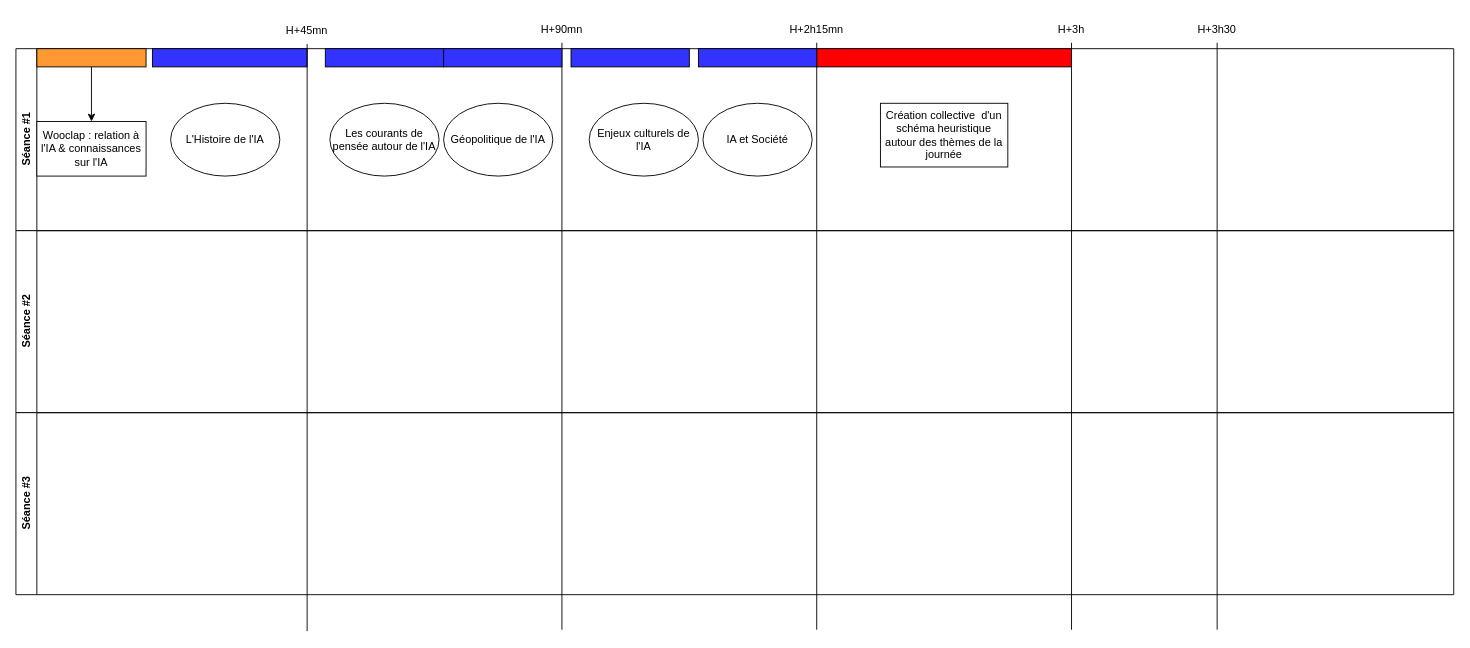
Fabrice-64/Drawings keeps this draw.io diagram as page "Economie des séances" (3 of 3) of Cours IA et RH.drawio. Above is the earlier version. Source tidied: cells renumbered, new cells numbered last; positions are measured from the earlier drawing's top-left corner, leaving out a move shared by most shapes. Both pictures are drawn from the tidied source at 91%, with x=0, y=0 at pixel (15, 15).
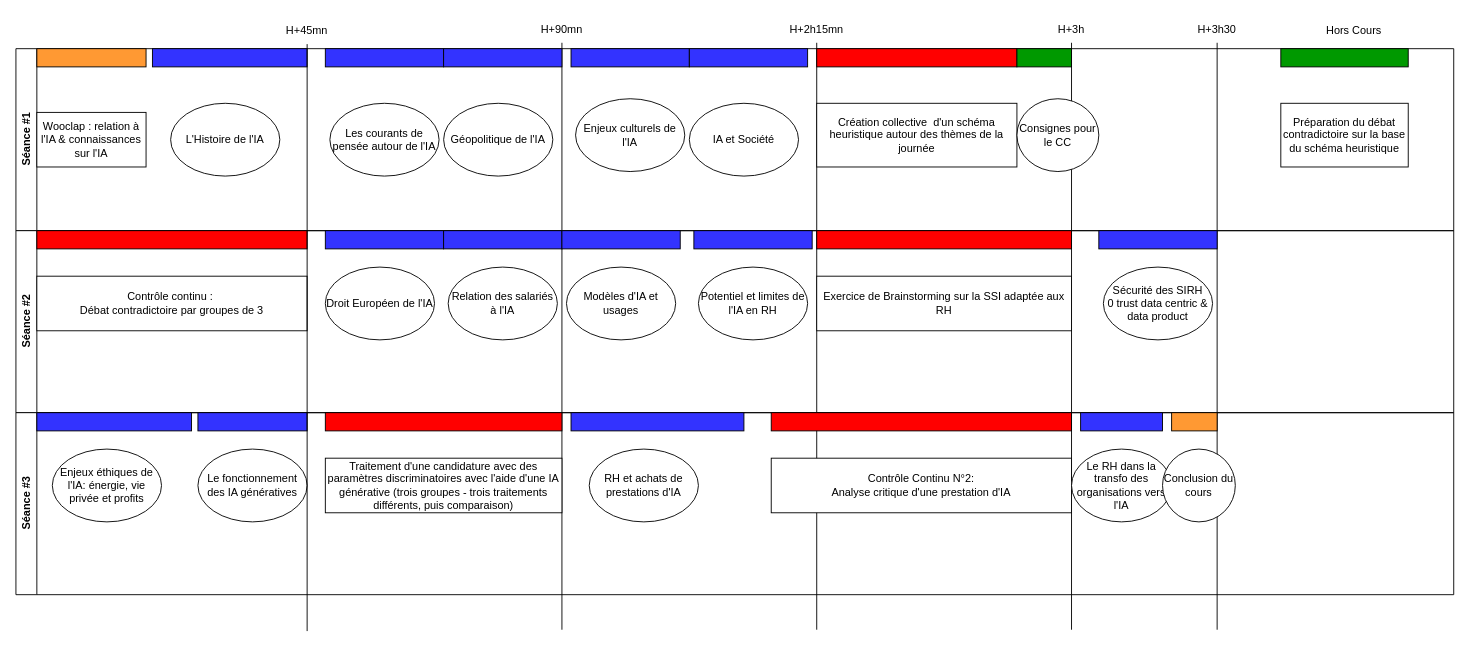
The same diagram, later.

The change refers to these unchanged cells:
```xml
<mxCell id="2" value="Séance #1" style="swimlane;horizontal=0;whiteSpace=wrap;html=1;" parent="1" vertex="1">
  <mxGeometry y="36" width="1580" height="200" as="geometry" />
</mxCell>
<mxCell id="12" style="rounded=0;whiteSpace=wrap;html=1;fillColor=#FF9933;" parent="2" vertex="1">
  <mxGeometry x="23" width="120" height="20" as="geometry" />
</mxCell>
<mxCell id="26" value="Séance #2" style="swimlane;horizontal=0;whiteSpace=wrap;html=1;" parent="1" vertex="1">
  <mxGeometry y="236" width="1580" height="200" as="geometry" />
</mxCell>
<mxCell id="27" value="Séance #3" style="swimlane;horizontal=0;whiteSpace=wrap;html=1;" parent="1" vertex="1">
  <mxGeometry y="436" width="1580" height="200" as="geometry" />
</mxCell>
<mxCell id="29" value="H+45mn" style="text;html=1;align=center;verticalAlign=middle;whiteSpace=wrap;rounded=0;" parent="1" vertex="1">
  <mxGeometry x="290" y="1" width="60" height="30" as="geometry" />
</mxCell>
```

The edit, as a diff of the source:
```diff
@@
-    <mxCell id="11" style="edgeStyle=orthogonalEdgeStyle;rounded=0;jettySize=auto;html=1;" parent="2" edge="1" source="12" target="15">
-      <mxGeometry relative="1" as="geometry" />
-    </mxCell>
@@
     <mxCell id="14" style="rounded=0;whiteSpace=wrap;html=1;fillColor=#FF0000;" parent="2" vertex="1">
-      <mxGeometry x="880" width="280" height="20" as="geometry" />
+      <mxGeometry x="880" width="220" height="20" as="geometry" />
     </mxCell>
     <mxCell id="15" value="Wooclap : relation à l'IA &amp;amp; connaissances sur l'IA" style="whiteSpace=wrap;html=1;fillColor=#FFFFFF;rounded=0;" parent="2" vertex="1">
-      <mxGeometry x="23" y="80" width="120" height="60" as="geometry" />
+      <mxGeometry x="23" y="70" width="120" height="60" as="geometry" />
     </mxCell>
@@
     <mxCell id="21" value="Enjeux culturels de l'IA" style="ellipse;whiteSpace=wrap;html=1;" parent="2" vertex="1">
-      <mxGeometry x="630" y="60" width="120" height="80" as="geometry" />
+      <mxGeometry x="615" y="55" width="120" height="80" as="geometry" />
     </mxCell>
@@
     <mxCell id="23" style="rounded=0;whiteSpace=wrap;html=1;fillColor=#3333FF;" parent="2" vertex="1">
-      <mxGeometry x="750" width="130" height="20" as="geometry" />
+      <mxGeometry x="740" width="130" height="20" as="geometry" />
     </mxCell>
     <mxCell id="24" value="IA et Société" style="ellipse;whiteSpace=wrap;html=1;" parent="2" vertex="1">
-      <mxGeometry x="755" y="60" width="120" height="80" as="geometry" />
+      <mxGeometry x="740" y="60" width="120" height="80" as="geometry" />
     </mxCell>
     <mxCell id="25" value="Création collective&amp;nbsp; d'un schéma heuristique autour des thèmes de la journée" style="rounded=0;whiteSpace=wrap;html=1;" parent="2" vertex="1">
-      <mxGeometry x="950" y="60" width="140" height="70" as="geometry" />
+      <mxGeometry x="880" y="60" width="220" height="70" as="geometry" />
     </mxCell>
+    <mxCell id="30" value="Préparation du débat contradictoire sur la base du schéma heuristique" style="rounded=0;whiteSpace=wrap;html=1;" parent="2" vertex="1">
+      <mxGeometry x="1390" y="60" width="140" height="70" as="geometry" />
+    </mxCell>
+    <mxCell id="31" style="rounded=0;whiteSpace=wrap;html=1;fillColor=#009900;" parent="2" vertex="1">
+      <mxGeometry x="1390" width="140" height="20" as="geometry" />
+    </mxCell>
+    <mxCell id="32" style="rounded=0;whiteSpace=wrap;html=1;fillColor=#009900;" parent="2" vertex="1">
+      <mxGeometry x="1100" width="60" height="20" as="geometry" />
+    </mxCell>
+    <mxCell id="33" value="Consignes pour le CC" style="ellipse;whiteSpace=wrap;html=1;" parent="2" vertex="1">
+      <mxGeometry x="1100" y="55" width="90" height="80" as="geometry" />
+    </mxCell>
@@
+    <mxCell id="34" style="rounded=0;whiteSpace=wrap;html=1;fillColor=#FF0000;" parent="26" vertex="1">
+      <mxGeometry x="23" width="297" height="20" as="geometry" />
+    </mxCell>
+    <mxCell id="35" value="Contrôle continu :&amp;nbsp;&lt;br&gt;Débat contradictoire par groupes de 3" style="whiteSpace=wrap;html=1;fillColor=#FFFFFF;rounded=0;" parent="26" vertex="1">
+      <mxGeometry x="23" y="50" width="297" height="60" as="geometry" />
+    </mxCell>
+    <mxCell id="36" value="Exercice de Brainstorming sur la SSI adaptée aux RH" style="whiteSpace=wrap;html=1;" parent="26" vertex="1">
+      <mxGeometry x="880" y="50" width="280" height="60" as="geometry" />
+    </mxCell>
+    <mxCell id="37" style="rounded=0;whiteSpace=wrap;html=1;fillColor=#FF0000;" parent="26" vertex="1">
+      <mxGeometry x="880" width="280" height="20" as="geometry" />
+    </mxCell>
+    <mxCell id="38" style="rounded=0;whiteSpace=wrap;html=1;fillColor=#3333FF;" parent="26" vertex="1">
+      <mxGeometry x="1190" width="130" height="20" as="geometry" />
+    </mxCell>
+    <mxCell id="39" value="Sécurité des SIRH&lt;br&gt;0 trust data centric &amp;amp; data product" style="ellipse;whiteSpace=wrap;html=1;" parent="26" vertex="1">
+      <mxGeometry x="1195" y="40" width="120" height="80" as="geometry" />
+    </mxCell>
+    <mxCell id="40" value="Droit Européen de l'IA" style="ellipse;whiteSpace=wrap;html=1;" parent="26" vertex="1">
+      <mxGeometry x="340" y="40" width="120" height="80" as="geometry" />
+    </mxCell>
+    <mxCell id="41" style="rounded=0;whiteSpace=wrap;html=1;fillColor=#3333FF;" parent="26" vertex="1">
+      <mxGeometry x="340" width="130" height="20" as="geometry" />
+    </mxCell>
+    <mxCell id="42" value="Modèles d'IA et usages" style="ellipse;whiteSpace=wrap;html=1;" parent="26" vertex="1">
+      <mxGeometry x="605" y="40" width="120" height="80" as="geometry" />
+    </mxCell>
+    <mxCell id="43" style="rounded=0;whiteSpace=wrap;html=1;fillColor=#3333FF;" parent="26" vertex="1">
+      <mxGeometry x="470" width="130" height="20" as="geometry" />
+    </mxCell>
+    <mxCell id="44" style="rounded=0;whiteSpace=wrap;html=1;fillColor=#3333FF;" parent="26" vertex="1">
+      <mxGeometry x="600" width="130" height="20" as="geometry" />
+    </mxCell>
+    <mxCell id="45" value="Potentiel et limites de l'IA en RH" style="ellipse;whiteSpace=wrap;html=1;" parent="26" vertex="1">
+      <mxGeometry x="750" y="40" width="120" height="80" as="geometry" />
+    </mxCell>
+    <mxCell id="46" style="rounded=0;whiteSpace=wrap;html=1;fillColor=#3333FF;" parent="26" vertex="1">
+      <mxGeometry x="745" width="130" height="20" as="geometry" />
+    </mxCell>
+    <mxCell id="47" value="Relation des salariés à l'IA" style="ellipse;whiteSpace=wrap;html=1;" parent="26" vertex="1">
+      <mxGeometry x="475" y="40" width="120" height="80" as="geometry" />
+    </mxCell>
@@
-    <mxCell id="28" style="endArrow=none;html=1;rounded=0;" parent="1" edge="1" target="29">
-      <mxGeometry relative="1" as="geometry">
-        <mxPoint x="320" y="676" as="sourcePoint" />
-      </mxGeometry>
-    </mxCell>
+    <mxCell id="48" value="Enjeux éthiques de l'IA: énergie, vie privée et profits" style="ellipse;whiteSpace=wrap;html=1;" parent="27" vertex="1">
+      <mxGeometry x="40" y="40" width="120" height="80" as="geometry" />
+    </mxCell>
+    <mxCell id="49" style="rounded=0;whiteSpace=wrap;html=1;fillColor=#3333FF;" parent="27" vertex="1">
+      <mxGeometry x="23" width="170" height="20" as="geometry" />
+    </mxCell>
+    <mxCell id="50" value="Le fonctionnement des IA génératives" style="ellipse;whiteSpace=wrap;html=1;" parent="27" vertex="1">
+      <mxGeometry x="200" y="40" width="120" height="80" as="geometry" />
+    </mxCell>
+    <mxCell id="51" style="rounded=0;whiteSpace=wrap;html=1;fillColor=#3333FF;" parent="27" vertex="1">
+      <mxGeometry x="200" width="120" height="20" as="geometry" />
+    </mxCell>
+    <mxCell id="52" style="rounded=0;whiteSpace=wrap;html=1;fillColor=#FF0000;" parent="27" vertex="1">
+      <mxGeometry x="340" width="260" height="20" as="geometry" />
+    </mxCell>
+    <mxCell id="53" value="Traitement d'une candidature avec des paramètres discriminatoires avec l'aide d'une IA générative (trois groupes - trois traitements différents, puis comparaison)" style="rounded=0;whiteSpace=wrap;html=1;" parent="27" vertex="1">
+      <mxGeometry x="340" y="50" width="260" height="60" as="geometry" />
+    </mxCell>
+    <mxCell id="54" value="RH et achats de prestations d'IA" style="ellipse;whiteSpace=wrap;html=1;" parent="27" vertex="1">
+      <mxGeometry x="630" y="40" width="120" height="80" as="geometry" />
+    </mxCell>
+    <mxCell id="55" style="rounded=0;whiteSpace=wrap;html=1;fillColor=#3333FF;" parent="27" vertex="1">
+      <mxGeometry x="610" width="190" height="20" as="geometry" />
+    </mxCell>
+    <mxCell id="56" style="rounded=0;whiteSpace=wrap;html=1;fillColor=#FF0000;" parent="27" vertex="1">
+      <mxGeometry x="830" width="330" height="20" as="geometry" />
+    </mxCell>
+    <mxCell id="57" value="Contrôle Continu N°2:&lt;div&gt;Analyse critique d'une prestation d'IA&lt;/div&gt;" style="whiteSpace=wrap;html=1;" parent="27" vertex="1">
+      <mxGeometry x="830" y="50" width="330" height="60" as="geometry" />
+    </mxCell>
+    <mxCell id="58" style="rounded=0;whiteSpace=wrap;html=1;fillColor=#3333FF;" parent="27" vertex="1">
+      <mxGeometry x="1170" width="90" height="20" as="geometry" />
+    </mxCell>
+    <mxCell id="59" value="Le RH dans la transfo des organisations vers l'IA" style="ellipse;whiteSpace=wrap;html=1;" parent="27" vertex="1">
+      <mxGeometry x="1160" y="40" width="110" height="80" as="geometry" />
+    </mxCell>
+    <mxCell id="60" style="rounded=0;whiteSpace=wrap;html=1;fillColor=#FF9933;" parent="27" vertex="1">
+      <mxGeometry x="1270" width="50" height="20" as="geometry" />
+    </mxCell>
+    <mxCell id="61" value="Conclusion du cours" style="ellipse;whiteSpace=wrap;html=1;" parent="27" vertex="1">
+      <mxGeometry x="1260" y="40" width="80" height="80" as="geometry" />
+    </mxCell>
@@
+    <mxCell id="62" style="endArrow=none;html=1;rounded=0;entryX=0.5;entryY=1;entryDx=0;entryDy=0;" parent="1" edge="1" target="29">
+      <mxGeometry relative="1" as="geometry">
+        <mxPoint x="320" y="676" as="sourcePoint" />
+      </mxGeometry>
+    </mxCell>
+    <mxCell id="63" value="Hors Cours" style="text;html=1;align=center;verticalAlign=middle;strokeColor=none;fillColor=none;" parent="1" vertex="1">
+      <mxGeometry x="1430" y="1" width="80" height="30" as="geometry" />
+    </mxCell>
```
